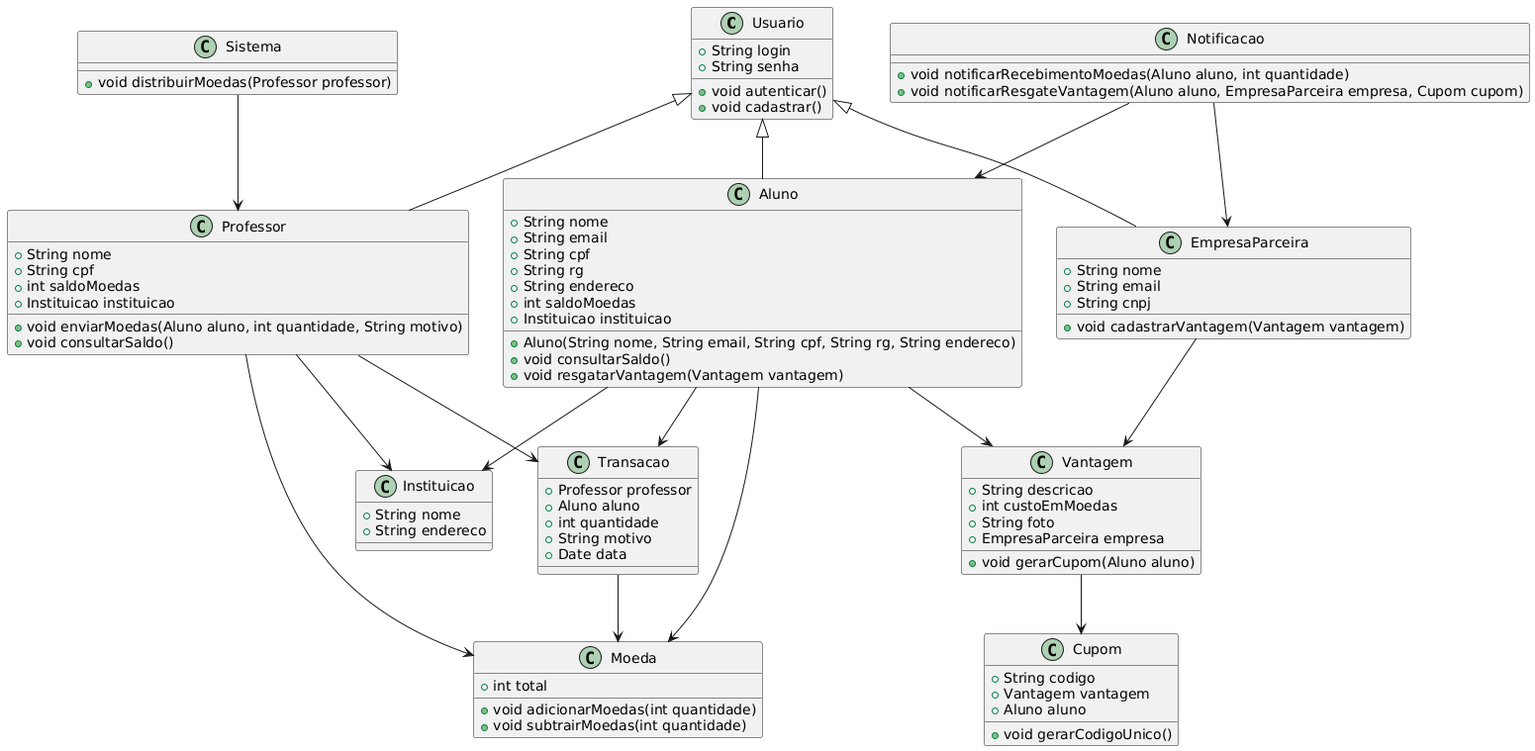
The PlantUML diagram project/img/classDiagram.png in RafaMtF/LDS-Lab03, before a commit.
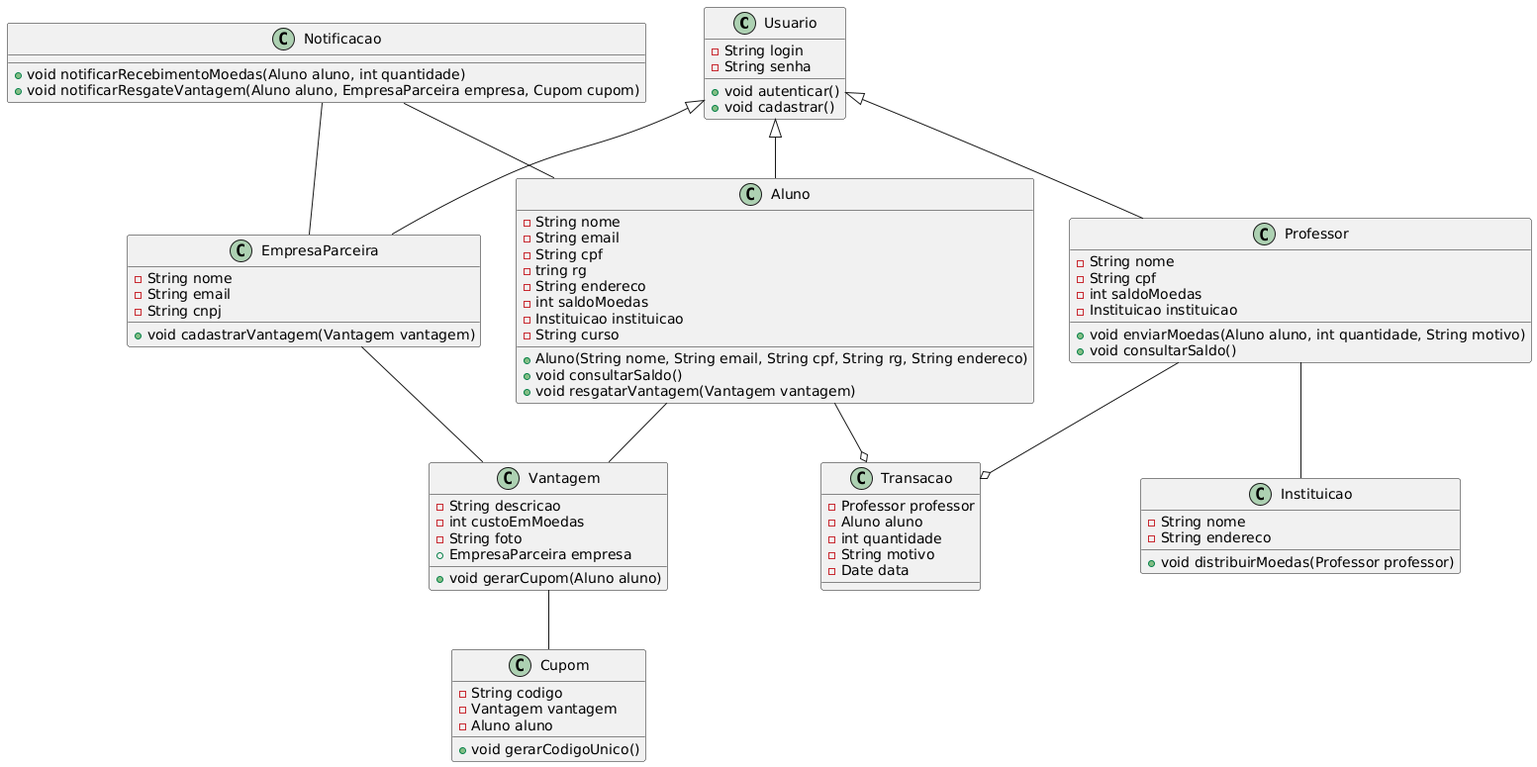
After the commit.

What changed in the source:
```diff
@@ -1,69 +1,62 @@
 @startuml
 class Usuario {
-  +String login
-  +String senha
+  -String login
+  -String senha
   +void autenticar()
   +void cadastrar()
 }
 
 class Aluno {
-  +String nome
-  +String email
-  +String cpf
-  +String rg
-  +String endereco
-  +int saldoMoedas
-  +Instituicao instituicao
+  -String nome
+  -String email
+  -String cpf
+  -tring rg
+  -String endereco
+  -int saldoMoedas
+  -Instituicao instituicao
+  -String curso
   +Aluno(String nome, String email, String cpf, String rg, String endereco)
   +void consultarSaldo()
   +void resgatarVantagem(Vantagem vantagem)
 }
 
 class Professor {
-  +String nome
-  +String cpf
-  +int saldoMoedas
-  +Instituicao instituicao
+  -String nome
+  -String cpf
+  -int saldoMoedas
+  -Instituicao instituicao
   +void enviarMoedas(Aluno aluno, int quantidade, String motivo)
   +void consultarSaldo()
 }
 
 class EmpresaParceira {
-  +String nome
-  +String email
-  +String cnpj
+  -String nome
+  -String email
+  -String cnpj
   +void cadastrarVantagem(Vantagem vantagem)
 }
 
 class Instituicao {
-  +String nome
-  +String endereco
+  -String nome
+  -String endereco
+  +void distribuirMoedas(Professor professor)
+
 }
 
 class Vantagem {
-  +String descricao
-  +int custoEmMoedas
-  +String foto
+  -String descricao
+  -int custoEmMoedas
+  -String foto
   +EmpresaParceira empresa
   +void gerarCupom(Aluno aluno)
 }
 
 class Transacao {
-  +Professor professor
-  +Aluno aluno
-  +int quantidade
-  +String motivo
-  +Date data
-}
-
-class Moeda {
-  +int total
-  +void adicionarMoedas(int quantidade)
-  +void subtrairMoedas(int quantidade)
-}
-
-class Sistema {
-  +void distribuirMoedas(Professor professor)
+  -Professor professor
+  -Aluno aluno
+  -int quantidade
+  -String motivo
+  -Date data
 }
 
 class Notificacao {
@@ -72,9 +65,9 @@
 }
 
 class Cupom {
-  +String codigo
-  +Vantagem vantagem
-  +Aluno aluno
+  -String codigo
+  -Vantagem vantagem
+  -Aluno aluno
   +void gerarCodigoUnico()
 }
 
@@ -82,17 +75,12 @@
 Usuario <|-- Professor
 Usuario <|-- EmpresaParceira
 
-Aluno --> Instituicao
-Professor --> Instituicao
-Professor --> Transacao
-Aluno --> Transacao
-EmpresaParceira --> Vantagem
-Aluno --> Moeda
-Professor --> Moeda
-Aluno --> Vantagem
-Transacao --> Moeda
-Sistema --> Professor
-Notificacao --> Aluno
-Notificacao --> EmpresaParceira
-Vantagem --> Cupom
+Professor -- Instituicao
+Professor --o Transacao
+Aluno --o Transacao
+EmpresaParceira -- Vantagem
+Aluno -- Vantagem
+Notificacao -- Aluno
+Notificacao -- EmpresaParceira
+Vantagem -- Cupom
 @enduml
```
